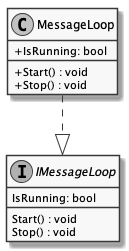
Above: documents/sd/resources/Classes/Core/CLI/MessageLoop.png in insightmind/MORR (PlantUML), before the change. The source it was exported from:
```plantuml
@startuml MessageLoop
skinparam monochrome true
skinparam classAttributeIconSize 0
class MessageLoop {
    + IsRunning: bool
    + Start() : void
    + Stop() : void
}


interface IMessageLoop {
    IsRunning: bool
    Start() : void
    Stop() : void
}

MessageLoop ..|> IMessageLoop

@enduml
```
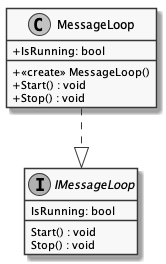
Above is the later version.

The edit, as a diff of the source:
```diff
@@ -2,6 +2,7 @@
 skinparam monochrome true
 skinparam classAttributeIconSize 0
 class MessageLoop {
+    + <<create>> MessageLoop()
     + IsRunning: bool
     + Start() : void
     + Stop() : void
```
